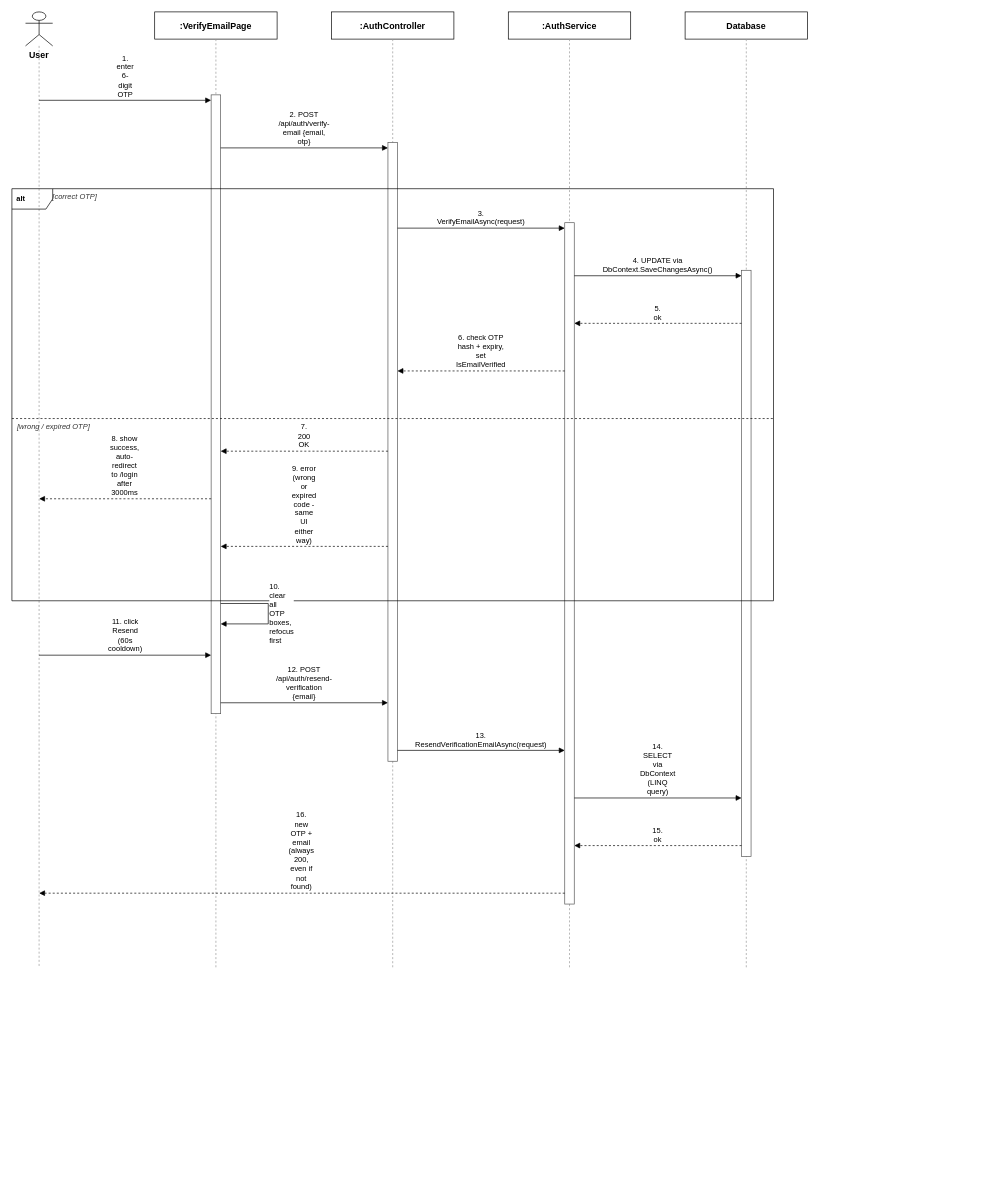
tulklk/AI_Interview_Question_Generation_RAG_LLM_FE keeps this draw.io diagram as docs/qa/Hien_SequenceDiagram/Report4_SequenceDiagram_Email_Verification.drawio. Above is the earlier version. Source tidied: cells renumbered, new cells numbered last; positions are measured from the earlier drawing's top-left corner, leaving out a move shared by most shapes. Both pictures are drawn from the tidied source at 68%, with x=0, y=0 at pixel (12, 12).
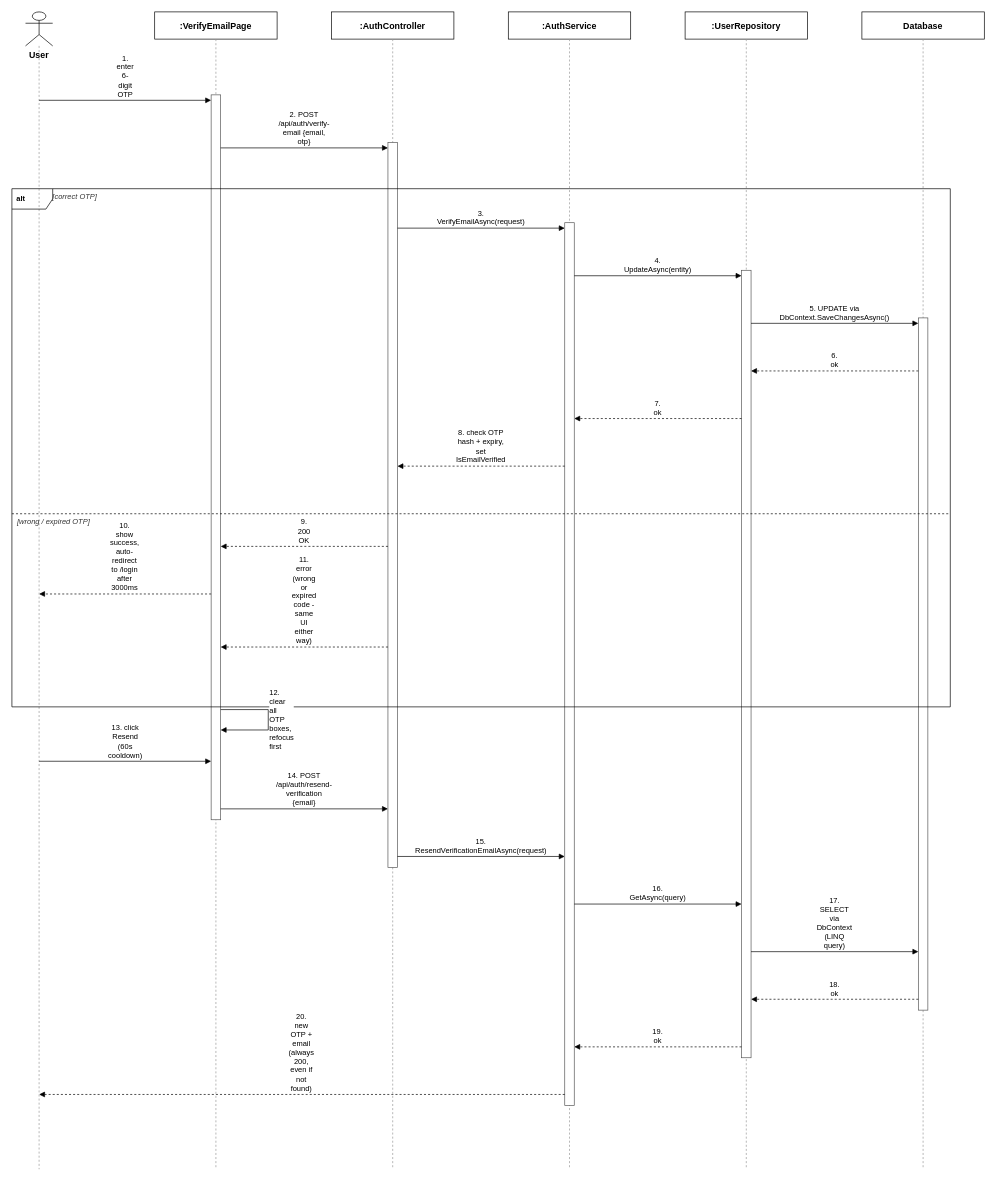
The same page after the edit.

Change to the diagram source:
```diff
@@
     <mxCell id="3" style="endArrow=none;dashed=1;html=1;strokeColor=#999999;" parent="1" edge="1">
       <mxGeometry relative="1" as="geometry">
         <mxPoint x="40" y="50" as="sourcePoint" />
-        <mxPoint x="40" y="1406" as="targetPoint" />
+        <mxPoint x="40" y="1702" as="targetPoint" />
       </mxGeometry>
     </mxCell>
@@
     <mxCell id="5" style="endArrow=none;dashed=1;html=1;strokeColor=#999999;" parent="1" edge="1">
       <mxGeometry relative="1" as="geometry">
         <mxPoint x="300" y="40" as="sourcePoint" />
-        <mxPoint x="300" y="1406" as="targetPoint" />
+        <mxPoint x="300" y="1702" as="targetPoint" />
       </mxGeometry>
     </mxCell>
@@
     <mxCell id="7" style="endArrow=none;dashed=1;html=1;strokeColor=#999999;" parent="1" edge="1">
       <mxGeometry relative="1" as="geometry">
         <mxPoint x="560" y="40" as="sourcePoint" />
-        <mxPoint x="560" y="1406" as="targetPoint" />
+        <mxPoint x="560" y="1702" as="targetPoint" />
       </mxGeometry>
     </mxCell>
@@
     <mxCell id="9" style="endArrow=none;dashed=1;html=1;strokeColor=#999999;" parent="1" edge="1">
       <mxGeometry relative="1" as="geometry">
         <mxPoint x="820" y="40" as="sourcePoint" />
-        <mxPoint x="820" y="1406" as="targetPoint" />
+        <mxPoint x="820" y="1702" as="targetPoint" />
       </mxGeometry>
     </mxCell>
-    <mxCell id="10" value="Database" style="rounded=0;whiteSpace=wrap;html=1;fontSize=13;fillColor=#ffffff;strokeColor=#000000;fontStyle=1;" parent="1" vertex="1">
+    <mxCell id="10" value=":UserRepository" style="rounded=0;whiteSpace=wrap;html=1;fontSize=13;fillColor=#ffffff;strokeColor=#000000;fontStyle=1;" parent="1" vertex="1">
       <mxGeometry x="990" width="180" height="40" as="geometry" />
     </mxCell>
     <mxCell id="11" style="endArrow=none;dashed=1;html=1;strokeColor=#999999;" parent="1" edge="1">
       <mxGeometry relative="1" as="geometry">
         <mxPoint x="1080" y="40" as="sourcePoint" />
-        <mxPoint x="1080" y="1406" as="targetPoint" />
+        <mxPoint x="1080" y="1702" as="targetPoint" />
       </mxGeometry>
     </mxCell>
-    <mxCell id="12" style="rounded=0;whiteSpace=wrap;html=1;fillColor=#ffffff;strokeColor=#555555;" parent="1" vertex="1">
-      <mxGeometry x="293" y="122" width="14" height="910" as="geometry" />
+    <mxCell id="12" value="Database" style="rounded=0;whiteSpace=wrap;html=1;fontSize=13;fillColor=#ffffff;strokeColor=#000000;fontStyle=1;" parent="1" vertex="1">
+      <mxGeometry x="1250" width="180" height="40" as="geometry" />
     </mxCell>
-    <mxCell id="13" style="rounded=0;whiteSpace=wrap;html=1;fillColor=#ffffff;strokeColor=#555555;" parent="1" vertex="1">
-      <mxGeometry x="553" y="192" width="14" height="910" as="geometry" />
+    <mxCell id="13" style="endArrow=none;dashed=1;html=1;strokeColor=#999999;" parent="1" edge="1">
+      <mxGeometry relative="1" as="geometry">
+        <mxPoint x="1340" y="40" as="sourcePoint" />
+        <mxPoint x="1340" y="1702" as="targetPoint" />
+      </mxGeometry>
     </mxCell>
     <mxCell id="14" style="rounded=0;whiteSpace=wrap;html=1;fillColor=#ffffff;strokeColor=#555555;" parent="1" vertex="1">
-      <mxGeometry x="813" y="310" width="14" height="1002" as="geometry" />
+      <mxGeometry x="293" y="122" width="14" height="1066" as="geometry" />
     </mxCell>
     <mxCell id="15" style="rounded=0;whiteSpace=wrap;html=1;fillColor=#ffffff;strokeColor=#555555;" parent="1" vertex="1">
-      <mxGeometry x="1073" y="380" width="14" height="862" as="geometry" />
+      <mxGeometry x="553" y="192" width="14" height="1066" as="geometry" />
     </mxCell>
-    <mxCell id="16" value="1. enter 6-digit OTP" style="endArrow=block;endFill=1;html=1;whiteSpace=wrap;fontSize=11;align=center;verticalAlign=bottom;labelBackgroundColor=#ffffff;strokeColor=#000000;" parent="1" edge="1">
-      <mxGeometry relative="1" as="geometry">
-        <mxPoint x="40" y="130" as="sourcePoint" />
-        <mxPoint x="293" y="130" as="targetPoint" />
-      </mxGeometry>
+    <mxCell id="16" style="rounded=0;whiteSpace=wrap;html=1;fillColor=#ffffff;strokeColor=#555555;" parent="1" vertex="1">
+      <mxGeometry x="813" y="310" width="14" height="1298" as="geometry" />
     </mxCell>
-    <mxCell id="17" value="2. POST /api/auth/verify-email {email, otp}" style="endArrow=block;endFill=1;html=1;whiteSpace=wrap;fontSize=11;align=center;verticalAlign=bottom;labelBackgroundColor=#ffffff;strokeColor=#000000;" parent="1" edge="1">
-      <mxGeometry relative="1" as="geometry">
-        <mxPoint x="307" y="200" as="sourcePoint" />
-        <mxPoint x="553" y="200" as="targetPoint" />
-      </mxGeometry>
+    <mxCell id="17" style="rounded=0;whiteSpace=wrap;html=1;fillColor=#ffffff;strokeColor=#555555;" parent="1" vertex="1">
+      <mxGeometry x="1073" y="380" width="14" height="1158" as="geometry" />
     </mxCell>
-    <mxCell id="18" value="3. VerifyEmailAsync(request)" style="endArrow=block;endFill=1;html=1;whiteSpace=wrap;fontSize=11;align=center;verticalAlign=bottom;labelBackgroundColor=#ffffff;strokeColor=#000000;" parent="1" edge="1">
-      <mxGeometry relative="1" as="geometry">
-        <mxPoint x="567" y="318" as="sourcePoint" />
-        <mxPoint x="813" y="318" as="targetPoint" />
-      </mxGeometry>
+    <mxCell id="18" style="rounded=0;whiteSpace=wrap;html=1;fillColor=#ffffff;strokeColor=#555555;" parent="1" vertex="1">
+      <mxGeometry x="1333" y="450" width="14" height="1018" as="geometry" />
     </mxCell>
-    <mxCell id="19" value="4. UPDATE via DbContext.SaveChangesAsync()" style="endArrow=block;endFill=1;html=1;whiteSpace=wrap;fontSize=11;align=center;verticalAlign=bottom;labelBackgroundColor=#ffffff;strokeColor=#000000;" parent="1" edge="1">
+    <mxCell id="19" value="1. enter 6-digit OTP" style="endArrow=block;endFill=1;html=1;whiteSpace=wrap;fontSize=11;align=center;verticalAlign=bottom;labelBackgroundColor=#ffffff;strokeColor=#000000;" parent="1" edge="1">
       <mxGeometry relative="1" as="geometry">
-        <mxPoint x="827" y="388" as="sourcePoint" />
-        <mxPoint x="1073" y="388" as="targetPoint" />
+        <mxPoint x="40" y="130" as="sourcePoint" />
+        <mxPoint x="293" y="130" as="targetPoint" />
       </mxGeometry>
     </mxCell>
-    <mxCell id="20" value="5. ok" style="endArrow=block;endFill=1;html=1;whiteSpace=wrap;dashed=1;fontSize=11;align=center;verticalAlign=bottom;labelBackgroundColor=#ffffff;strokeColor=#000000;" parent="1" edge="1">
+    <mxCell id="20" value="2. POST /api/auth/verify-email {email, otp}" style="endArrow=block;endFill=1;html=1;whiteSpace=wrap;fontSize=11;align=center;verticalAlign=bottom;labelBackgroundColor=#ffffff;strokeColor=#000000;" parent="1" edge="1">
       <mxGeometry relative="1" as="geometry">
-        <mxPoint x="1073" y="458" as="sourcePoint" />
-        <mxPoint x="827" y="458" as="targetPoint" />
+        <mxPoint x="307" y="200" as="sourcePoint" />
+        <mxPoint x="553" y="200" as="targetPoint" />
       </mxGeometry>
     </mxCell>
-    <mxCell id="21" value="6. check OTP hash + expiry, set IsEmailVerified" style="endArrow=block;endFill=1;html=1;whiteSpace=wrap;dashed=1;fontSize=11;align=center;verticalAlign=bottom;labelBackgroundColor=#ffffff;strokeColor=#000000;" parent="1" edge="1">
+    <mxCell id="21" value="3. VerifyEmailAsync(request)" style="endArrow=block;endFill=1;html=1;whiteSpace=wrap;fontSize=11;align=center;verticalAlign=bottom;labelBackgroundColor=#ffffff;strokeColor=#000000;" parent="1" edge="1">
       <mxGeometry relative="1" as="geometry">
-        <mxPoint x="813" y="528" as="sourcePoint" />
-        <mxPoint x="567" y="528" as="targetPoint" />
+        <mxPoint x="567" y="318" as="sourcePoint" />
+        <mxPoint x="813" y="318" as="targetPoint" />
       </mxGeometry>
     </mxCell>
-    <mxCell id="22" value="7. 200 OK" style="endArrow=block;endFill=1;html=1;whiteSpace=wrap;dashed=1;fontSize=11;align=center;verticalAlign=bottom;labelBackgroundColor=#ffffff;strokeColor=#000000;" parent="1" edge="1">
+    <mxCell id="22" value="4. UpdateAsync(entity)" style="endArrow=block;endFill=1;html=1;whiteSpace=wrap;fontSize=11;align=center;verticalAlign=bottom;labelBackgroundColor=#ffffff;strokeColor=#000000;" parent="1" edge="1">
       <mxGeometry relative="1" as="geometry">
-        <mxPoint x="553" y="646" as="sourcePoint" />
-        <mxPoint x="307" y="646" as="targetPoint" />
+        <mxPoint x="827" y="388" as="sourcePoint" />
+        <mxPoint x="1073" y="388" as="targetPoint" />
       </mxGeometry>
     </mxCell>
-    <mxCell id="23" value="8. show success, auto-redirect to /login after 3000ms" style="endArrow=block;endFill=1;html=1;whiteSpace=wrap;dashed=1;fontSize=11;align=center;verticalAlign=bottom;labelBackgroundColor=#ffffff;strokeColor=#000000;" parent="1" edge="1">
+    <mxCell id="23" value="5. UPDATE via DbContext.SaveChangesAsync()" style="endArrow=block;endFill=1;html=1;whiteSpace=wrap;fontSize=11;align=center;verticalAlign=bottom;labelBackgroundColor=#ffffff;strokeColor=#000000;" parent="1" edge="1">
       <mxGeometry relative="1" as="geometry">
-        <mxPoint x="293" y="716" as="sourcePoint" />
-        <mxPoint x="40" y="716" as="targetPoint" />
+        <mxPoint x="1087" y="458" as="sourcePoint" />
+        <mxPoint x="1333" y="458" as="targetPoint" />
       </mxGeometry>
     </mxCell>
-    <mxCell id="24" value="9. error (wrong or expired code - same UI either way)" style="endArrow=block;endFill=1;html=1;whiteSpace=wrap;dashed=1;fontSize=11;align=center;verticalAlign=bottom;labelBackgroundColor=#ffffff;strokeColor=#000000;" parent="1" edge="1">
+    <mxCell id="24" value="6. ok" style="endArrow=block;endFill=1;html=1;whiteSpace=wrap;dashed=1;fontSize=11;align=center;verticalAlign=bottom;labelBackgroundColor=#ffffff;strokeColor=#000000;" parent="1" edge="1">
       <mxGeometry relative="1" as="geometry">
-        <mxPoint x="553" y="786" as="sourcePoint" />
-        <mxPoint x="307" y="786" as="targetPoint" />
+        <mxPoint x="1333" y="528" as="sourcePoint" />
+        <mxPoint x="1087" y="528" as="targetPoint" />
       </mxGeometry>
     </mxCell>
-    <mxCell id="25" value="&lt;b&gt;&amp;nbsp;alt&amp;nbsp;&lt;/b&gt;" style="shape=umlFrame;whiteSpace=wrap;html=1;align=left;verticalAlign=top;fontSize=11;spacingLeft=2;spacingTop=2;strokeColor=#000000;fillColor=none;" parent="1" vertex="1">
-      <mxGeometry y="260" width="1120" height="606" as="geometry" />
+    <mxCell id="25" value="7. ok" style="endArrow=block;endFill=1;html=1;whiteSpace=wrap;dashed=1;fontSize=11;align=center;verticalAlign=bottom;labelBackgroundColor=#ffffff;strokeColor=#000000;" parent="1" edge="1">
+      <mxGeometry relative="1" as="geometry">
+        <mxPoint x="1073" y="598" as="sourcePoint" />
+        <mxPoint x="827" y="598" as="targetPoint" />
+      </mxGeometry>
     </mxCell>
-    <mxCell id="26" value="[correct OTP]" style="text;html=1;align=left;verticalAlign=middle;fontSize=11;fontColor=#333333;fontStyle=2;" parent="1" vertex="1">
-      <mxGeometry x="58" y="262" width="1056" height="20" as="geometry" />
+    <mxCell id="26" value="8. check OTP hash + expiry, set IsEmailVerified" style="endArrow=block;endFill=1;html=1;whiteSpace=wrap;dashed=1;fontSize=11;align=center;verticalAlign=bottom;labelBackgroundColor=#ffffff;strokeColor=#000000;" parent="1" edge="1">
+      <mxGeometry relative="1" as="geometry">
+        <mxPoint x="813" y="668" as="sourcePoint" />
+        <mxPoint x="567" y="668" as="targetPoint" />
+      </mxGeometry>
     </mxCell>
-    <mxCell id="27" style="endArrow=none;dashed=1;html=1;strokeColor=#000000;" parent="1" edge="1">
+    <mxCell id="27" value="9. 200 OK" style="endArrow=block;endFill=1;html=1;whiteSpace=wrap;dashed=1;fontSize=11;align=center;verticalAlign=bottom;labelBackgroundColor=#ffffff;strokeColor=#000000;" parent="1" edge="1">
       <mxGeometry relative="1" as="geometry">
-        <mxPoint y="598" as="sourcePoint" />
-        <mxPoint x="1120" y="598" as="targetPoint" />
+        <mxPoint x="553" y="786" as="sourcePoint" />
+        <mxPoint x="307" y="786" as="targetPoint" />
       </mxGeometry>
     </mxCell>
-    <mxCell id="28" value="[wrong / expired OTP]" style="text;html=1;align=left;verticalAlign=middle;fontSize=11;fontColor=#333333;fontStyle=2;" parent="1" vertex="1">
-      <mxGeometry x="6" y="600" width="1108" height="20" as="geometry" />
+    <mxCell id="28" value="10. show success, auto-redirect to /login after&lt;br&gt;3000ms" style="endArrow=block;endFill=1;html=1;whiteSpace=wrap;dashed=1;fontSize=11;align=center;verticalAlign=bottom;labelBackgroundColor=#ffffff;strokeColor=#000000;" parent="1" edge="1">
+      <mxGeometry relative="1" as="geometry">
+        <mxPoint x="293" y="856" as="sourcePoint" />
+        <mxPoint x="40" y="856" as="targetPoint" />
+      </mxGeometry>
     </mxCell>
-    <mxCell id="29" value="10. clear all OTP boxes, refocus first" style="endArrow=block;endFill=1;html=1;whiteSpace=wrap;fontSize=11;align=left;verticalAlign=middle;labelBackgroundColor=#ffffff;rounded=0;strokeColor=#000000;" parent="1" edge="1">
+    <mxCell id="29" value="11. error (wrong or expired code - same UI either&lt;br&gt;way)" style="endArrow=block;endFill=1;html=1;whiteSpace=wrap;dashed=1;fontSize=11;align=center;verticalAlign=bottom;labelBackgroundColor=#ffffff;strokeColor=#000000;" parent="1" edge="1">
       <mxGeometry relative="1" as="geometry">
-        <mxPoint x="307" y="870" as="sourcePoint" />
-        <mxPoint x="307" y="900" as="targetPoint" />
-        <Array as="points">
-          <mxPoint x="377" y="870" />
-          <mxPoint x="377" y="900" />
-        </Array>
+        <mxPoint x="553" y="934" as="sourcePoint" />
+        <mxPoint x="307" y="934" as="targetPoint" />
       </mxGeometry>
     </mxCell>
-    <mxCell id="30" value="11. click Resend (60s cooldown)" style="endArrow=block;endFill=1;html=1;whiteSpace=wrap;fontSize=11;align=center;verticalAlign=bottom;labelBackgroundColor=#ffffff;strokeColor=#000000;" parent="1" edge="1">
-      <mxGeometry relative="1" as="geometry">
-        <mxPoint x="40" y="946" as="sourcePoint" />
-        <mxPoint x="293" y="946" as="targetPoint" />
-      </mxGeometry>
+    <mxCell id="30" value="&lt;b&gt;&amp;nbsp;alt&amp;nbsp;&lt;/b&gt;" style="shape=umlFrame;whiteSpace=wrap;html=1;align=left;verticalAlign=top;fontSize=11;spacingLeft=2;spacingTop=2;strokeColor=#000000;fillColor=none;" parent="1" vertex="1">
+      <mxGeometry y="260" width="1380" height="762" as="geometry" />
     </mxCell>
-    <mxCell id="31" value="12. POST /api/auth/resend-verification {email}" style="endArrow=block;endFill=1;html=1;whiteSpace=wrap;fontSize=11;align=center;verticalAlign=bottom;labelBackgroundColor=#ffffff;strokeColor=#000000;" parent="1" edge="1">
-      <mxGeometry relative="1" as="geometry">
-        <mxPoint x="307" y="1016" as="sourcePoint" />
-        <mxPoint x="553" y="1016" as="targetPoint" />
-      </mxGeometry>
+    <mxCell id="31" value="[correct OTP]" style="text;html=1;align=left;verticalAlign=middle;fontSize=11;fontColor=#333333;fontStyle=2;" parent="1" vertex="1">
+      <mxGeometry x="58" y="262" width="1316" height="20" as="geometry" />
     </mxCell>
-    <mxCell id="32" value="13. ResendVerificationEmailAsync(request)" style="endArrow=block;endFill=1;html=1;whiteSpace=wrap;fontSize=11;align=center;verticalAlign=bottom;labelBackgroundColor=#ffffff;strokeColor=#000000;" parent="1" edge="1">
+    <mxCell id="32" style="endArrow=none;dashed=1;html=1;strokeColor=#000000;" parent="1" edge="1">
       <mxGeometry relative="1" as="geometry">
-        <mxPoint x="567" y="1086" as="sourcePoint" />
-        <mxPoint x="813" y="1086" as="targetPoint" />
+        <mxPoint y="738" as="sourcePoint" />
+        <mxPoint x="1380" y="738" as="targetPoint" />
       </mxGeometry>
     </mxCell>
-    <mxCell id="33" value="14. SELECT via DbContext (LINQ query)" style="endArrow=block;endFill=1;html=1;whiteSpace=wrap;fontSize=11;align=center;verticalAlign=bottom;labelBackgroundColor=#ffffff;strokeColor=#000000;" parent="1" edge="1">
-      <mxGeometry relative="1" as="geometry">
-        <mxPoint x="827" y="1156" as="sourcePoint" />
-        <mxPoint x="1073" y="1156" as="targetPoint" />
-      </mxGeometry>
+    <mxCell id="33" value="[wrong / expired OTP]" style="text;html=1;align=left;verticalAlign=middle;fontSize=11;fontColor=#333333;fontStyle=2;" parent="1" vertex="1">
+      <mxGeometry x="6" y="740" width="1368" height="20" as="geometry" />
     </mxCell>
-    <mxCell id="34" value="15. ok" style="endArrow=block;endFill=1;html=1;whiteSpace=wrap;dashed=1;fontSize=11;align=center;verticalAlign=bottom;labelBackgroundColor=#ffffff;strokeColor=#000000;" parent="1" edge="1">
+    <mxCell id="34" value="12. clear all OTP boxes, refocus first" style="endArrow=block;endFill=1;html=1;whiteSpace=wrap;fontSize=11;align=left;verticalAlign=middle;labelBackgroundColor=#ffffff;rounded=0;strokeColor=#000000;" parent="1" edge="1">
       <mxGeometry relative="1" as="geometry">
-        <mxPoint x="1073" y="1226" as="sourcePoint" />
-        <mxPoint x="827" y="1226" as="targetPoint" />
+        <mxPoint x="307" y="1026" as="sourcePoint" />
+        <mxPoint x="307" y="1056" as="targetPoint" />
+        <Array as="points">
+          <mxPoint x="377" y="1026" />
+          <mxPoint x="377" y="1056" />
+        </Array>
       </mxGeometry>
     </mxCell>
-    <mxCell id="35" value="16. new OTP + email (always 200, even if not found)" style="endArrow=block;endFill=1;html=1;whiteSpace=wrap;dashed=1;fontSize=11;align=center;verticalAlign=bottom;labelBackgroundColor=#ffffff;strokeColor=#000000;" parent="1" edge="1">
+    <mxCell id="35" value="13. click Resend (60s cooldown)" style="endArrow=block;endFill=1;html=1;whiteSpace=wrap;fontSize=11;align=center;verticalAlign=bottom;labelBackgroundColor=#ffffff;strokeColor=#000000;" parent="1" edge="1">
       <mxGeometry relative="1" as="geometry">
-        <mxPoint x="813" y="1296" as="sourcePoint" />
-        <mxPoint x="40" y="1296" as="targetPoint" />
+        <mxPoint x="40" y="1102" as="sourcePoint" />
+        <mxPoint x="293" y="1102" as="targetPoint" />
       </mxGeometry>
     </mxCell>
+    <mxCell id="36" value="14. POST /api/auth/resend-verification {email}" style="endArrow=block;endFill=1;html=1;whiteSpace=wrap;fontSize=11;align=center;verticalAlign=bottom;labelBackgroundColor=#ffffff;strokeColor=#000000;" parent="1" edge="1">
+      <mxGeometry relative="1" as="geometry">
+        <mxPoint x="307" y="1172" as="sourcePoint" />
+        <mxPoint x="553" y="1172" as="targetPoint" />
+      </mxGeometry>
+    </mxCell>
+    <mxCell id="37" value="15. ResendVerificationEmailAsync(request)" style="endArrow=block;endFill=1;html=1;whiteSpace=wrap;fontSize=11;align=center;verticalAlign=bottom;labelBackgroundColor=#ffffff;strokeColor=#000000;" parent="1" edge="1">
+      <mxGeometry relative="1" as="geometry">
+        <mxPoint x="567" y="1242" as="sourcePoint" />
+        <mxPoint x="813" y="1242" as="targetPoint" />
+      </mxGeometry>
+    </mxCell>
+    <mxCell id="38" value="16. GetAsync(query)" style="endArrow=block;endFill=1;html=1;whiteSpace=wrap;fontSize=11;align=center;verticalAlign=bottom;labelBackgroundColor=#ffffff;strokeColor=#000000;" parent="1" edge="1">
+      <mxGeometry relative="1" as="geometry">
+        <mxPoint x="827" y="1312" as="sourcePoint" />
+        <mxPoint x="1073" y="1312" as="targetPoint" />
+      </mxGeometry>
+    </mxCell>
+    <mxCell id="39" value="17. SELECT via DbContext (LINQ query)" style="endArrow=block;endFill=1;html=1;whiteSpace=wrap;fontSize=11;align=center;verticalAlign=bottom;labelBackgroundColor=#ffffff;strokeColor=#000000;" parent="1" edge="1">
+      <mxGeometry relative="1" as="geometry">
+        <mxPoint x="1087" y="1382" as="sourcePoint" />
+        <mxPoint x="1333" y="1382" as="targetPoint" />
+      </mxGeometry>
+    </mxCell>
+    <mxCell id="40" value="18. ok" style="endArrow=block;endFill=1;html=1;whiteSpace=wrap;dashed=1;fontSize=11;align=center;verticalAlign=bottom;labelBackgroundColor=#ffffff;strokeColor=#000000;" parent="1" edge="1">
+      <mxGeometry relative="1" as="geometry">
+        <mxPoint x="1333" y="1452" as="sourcePoint" />
+        <mxPoint x="1087" y="1452" as="targetPoint" />
+      </mxGeometry>
+    </mxCell>
+    <mxCell id="41" value="19. ok" style="endArrow=block;endFill=1;html=1;whiteSpace=wrap;dashed=1;fontSize=11;align=center;verticalAlign=bottom;labelBackgroundColor=#ffffff;strokeColor=#000000;" parent="1" edge="1">
+      <mxGeometry relative="1" as="geometry">
+        <mxPoint x="1073" y="1522" as="sourcePoint" />
+        <mxPoint x="827" y="1522" as="targetPoint" />
+      </mxGeometry>
+    </mxCell>
+    <mxCell id="42" value="20. new OTP + email (always 200, even if not found)" style="endArrow=block;endFill=1;html=1;whiteSpace=wrap;dashed=1;fontSize=11;align=center;verticalAlign=bottom;labelBackgroundColor=#ffffff;strokeColor=#000000;" parent="1" edge="1">
+      <mxGeometry relative="1" as="geometry">
+        <mxPoint x="813" y="1592" as="sourcePoint" />
+        <mxPoint x="40" y="1592" as="targetPoint" />
+      </mxGeometry>
+    </mxCell>
```
